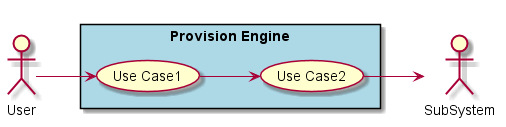
Above: docs/Solution/Provision-Engine/UseCases.png in CAADE/C3 (PlantUML), before the change.
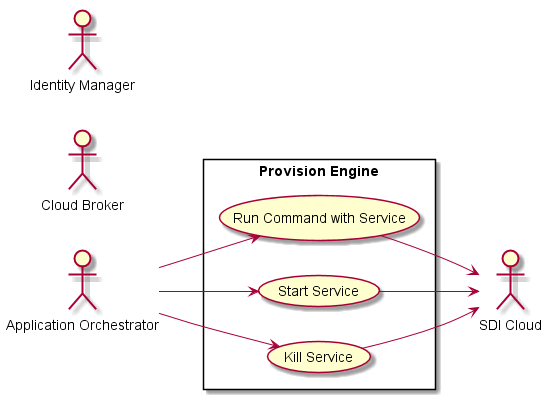
The same file after the commit.

The edit, as a diff of the source:
```diff
@@ -2,17 +2,28 @@
 
 left to right direction
 
-actor :User:
-actor :SubSystem:
+skinparam usecase {
+  BackgroudnColor #lightgreen
+  BackgroundColor<<Main>> #lightblue
+}
 
+actor AO as :Application Orchestrator:
+actor SDI as :SDI Cloud:
+actor CB as :Cloud Broker:
+actor IM as :Identity Manager:
 
-rectangle "Provision Engine" #lightblue {
-UseCase UC1 as "Use Case1"
-UseCase UC2 as "Use Case2"
+rectangle "Provision Engine" {
 
-User --> UC1
-UC1 --> UC2
-UC2 --> SubSystem
+UseCase RCS as "Run Command with Service"
+UseCase SS as "Start Service"
+UseCase KS as "Kill Service"
+
+AO --> RCS
+AO --> SS
+AO --> KS
+RCS --> SDI
+SS --> SDI
+KS --> SDI
 }
 
 @enduml
```
